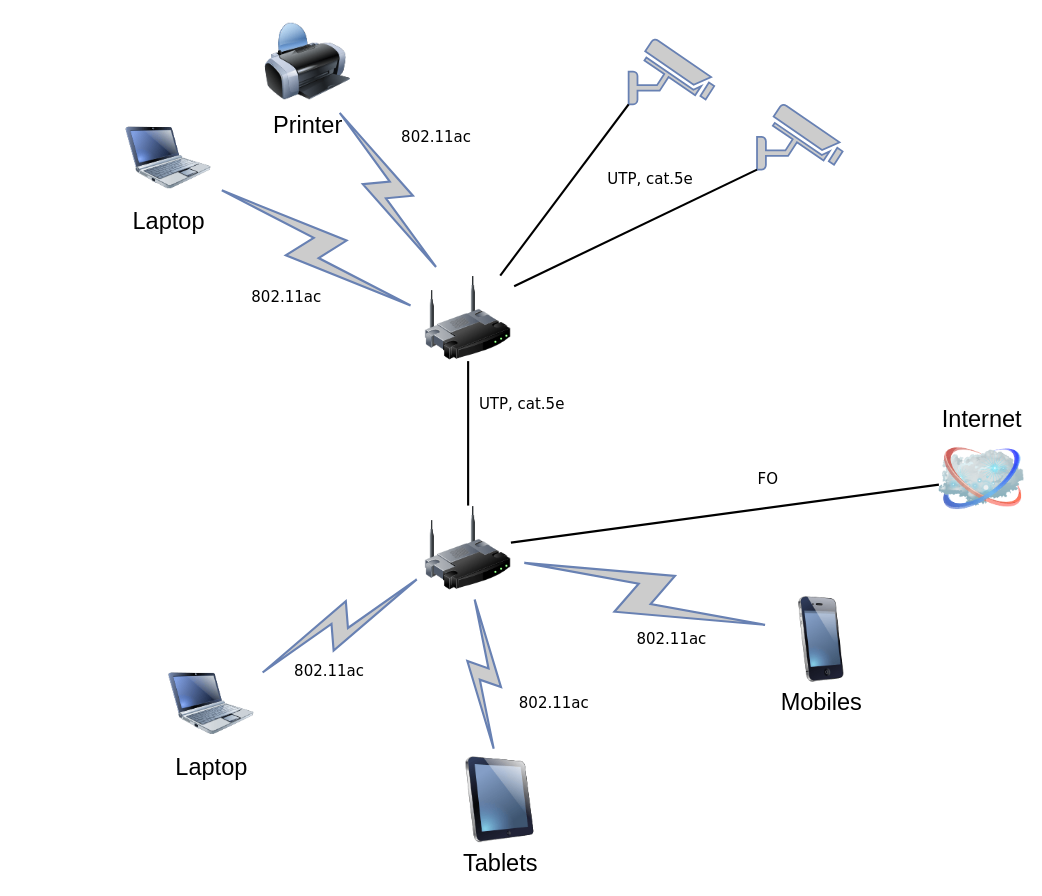
The draw.io diagram Untitled Diagram.drawio in OlenaSakhno/images, before the edit. Source tidied: cells renumbered, new cells numbered last; positions are measured from the earlier drawing's top-left corner, leaving out a move shared by most shapes. Both pictures are drawn from the tidied source at 107%, with x=0, y=0 at pixel (125, 18).
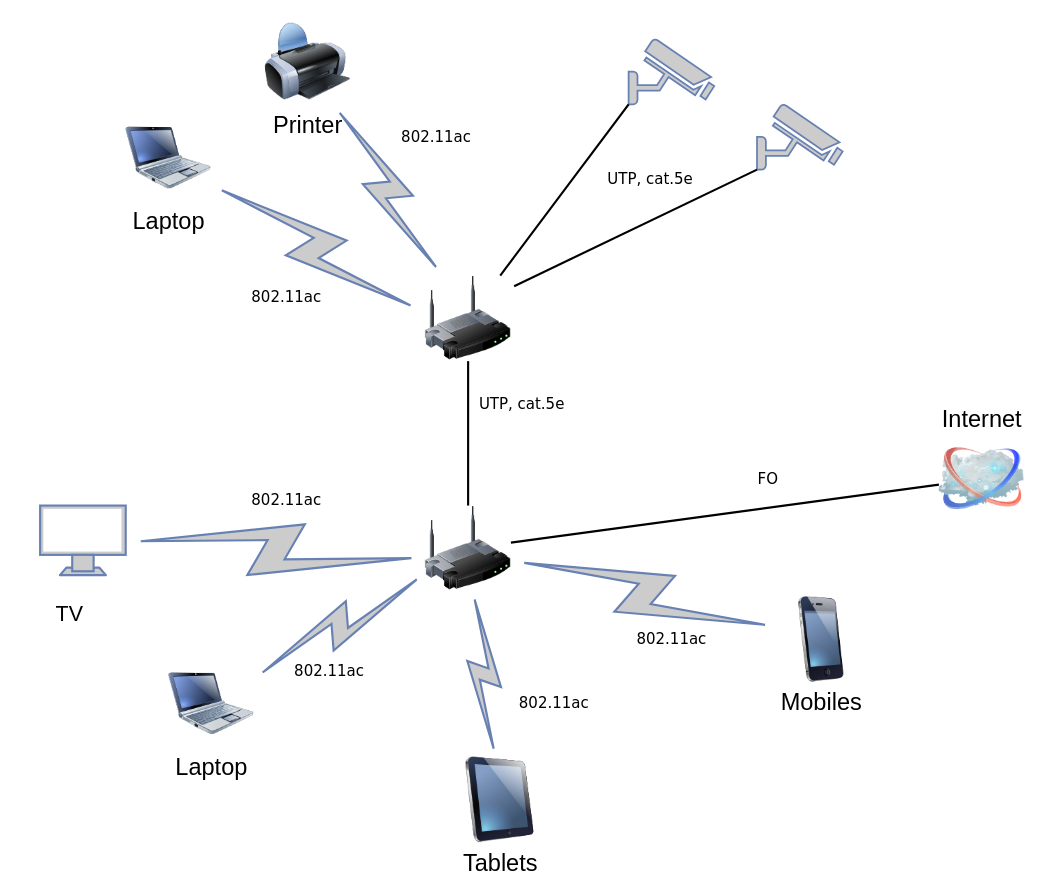
After the change.

Unchanged cells that the change refers to:
```xml
<mxCell id="3" style="image;html=1;labelBackgroundColor=#ffffff;image=img/lib/clip_art/networking/Wireless_Router_128x128.png;rounded=1;shadow=0;comic=0;strokeWidth=2;fontSize=22;" parent="1" vertex="1">
  <mxGeometry x="280" y="455" width="80" height="80" as="geometry" />
</mxCell>
```

Change to the diagram source:
```diff
@@
+    <mxCell id="29" style="fontColor=#0066CC;verticalAlign=top;verticalLabelPosition=bottom;labelPosition=center;align=center;html=1;outlineConnect=0;fillColor=#CCCCCC;strokeColor=#6881B3;gradientColor=none;gradientDirection=north;strokeWidth=2;shape=mxgraph.networks.monitor;fontFamily=Verdana;fontSize=14;" parent="1" vertex="1">
+      <mxGeometry x="-80" y="455" width="80" height="65" as="geometry" />
+    </mxCell>
+    <mxCell id="30" style="html=1;fillColor=#CCCCCC;strokeColor=#6881B3;gradientColor=none;gradientDirection=north;strokeWidth=2;shape=mxgraph.networks.comm_link_edge;html=1;labelBackgroundColor=none;endArrow=none;fontFamily=Verdana;fontSize=22;fontColor=#000000;exitX=1;exitY=0.5;exitDx=0;exitDy=0;exitPerimeter=0;entryX=0.013;entryY=0.625;entryDx=0;entryDy=0;entryPerimeter=0;" parent="1" edge="1" source="29" target="3">
+      <mxGeometry relative="1" as="geometry" />
+    </mxCell>
+    <mxCell id="31" value="802.11ac" style="text;strokeColor=none;fillColor=none;html=1;fontSize=14;fontStyle=0;verticalAlign=middle;align=center;fontFamily=Verdana;" parent="1" vertex="1">
+      <mxGeometry x="100" y="430" width="100" height="40" as="geometry" />
+    </mxCell>
+    <mxCell id="32" value="TV&amp;nbsp;" style="text;strokeColor=none;fillColor=none;html=1;fontSize=20;fontStyle=0;verticalAlign=middle;align=center;fontFamily=Helvetica;" parent="1" vertex="1">
+      <mxGeometry x="-100" y="535" width="100" height="40" as="geometry" />
+    </mxCell>
```
